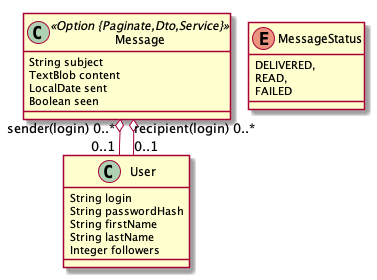
The PlantUML diagram messages-entity.png in riri324/Spotify-webapp-team23, before a commit.
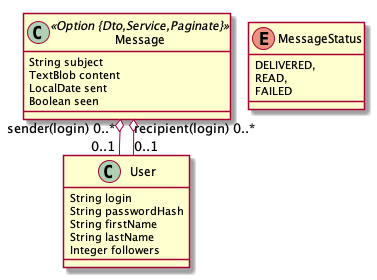
Later version of the same file.

Commit message:
profile completed1

Diff of the diagram source:
```diff
@@ -1,7 +1,7 @@
 @startuml
 	!pragma layout smetana
 	!pragma syntax class
-	class Message <<Option {Paginate,Dto,Service}>> {
+	class Message <<Option {Dto,Service,Paginate}>> {
 		String subject
 		TextBlob content
 		LocalDate sent
```
